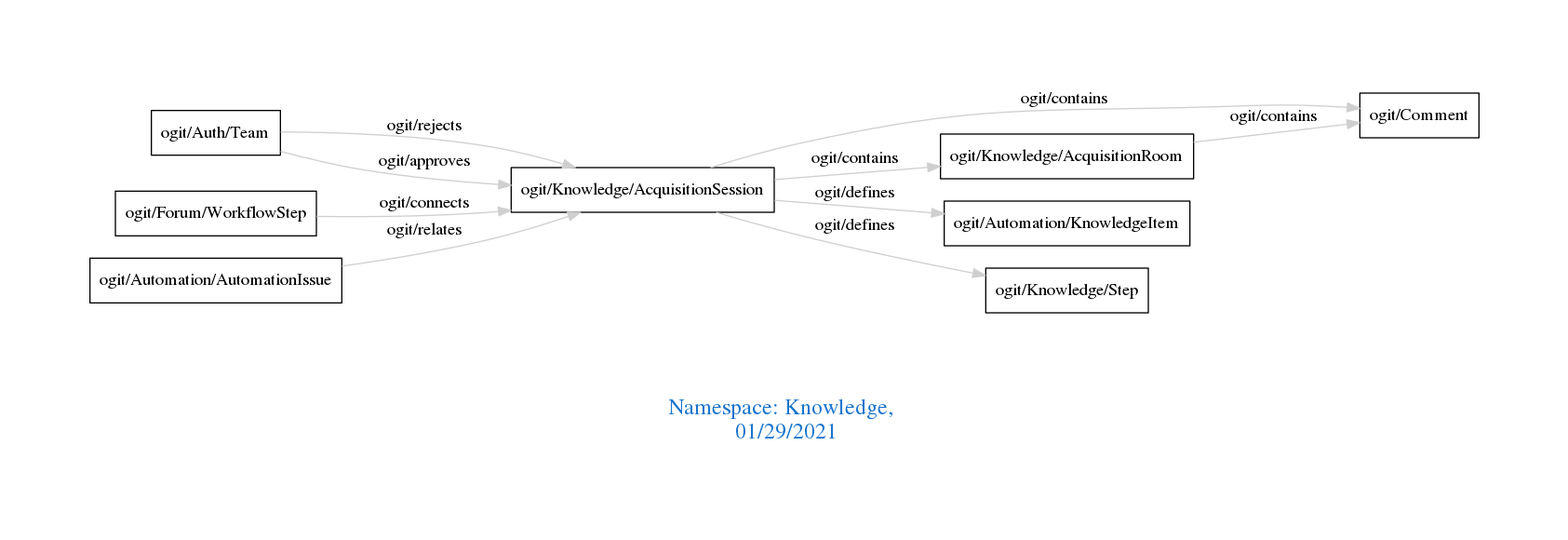
This is downloads/Knowledge.png from arago/OGIT, a Graphviz export, as it was before one commit. Its source is kept beside it as downloads/Knowledge.dot.
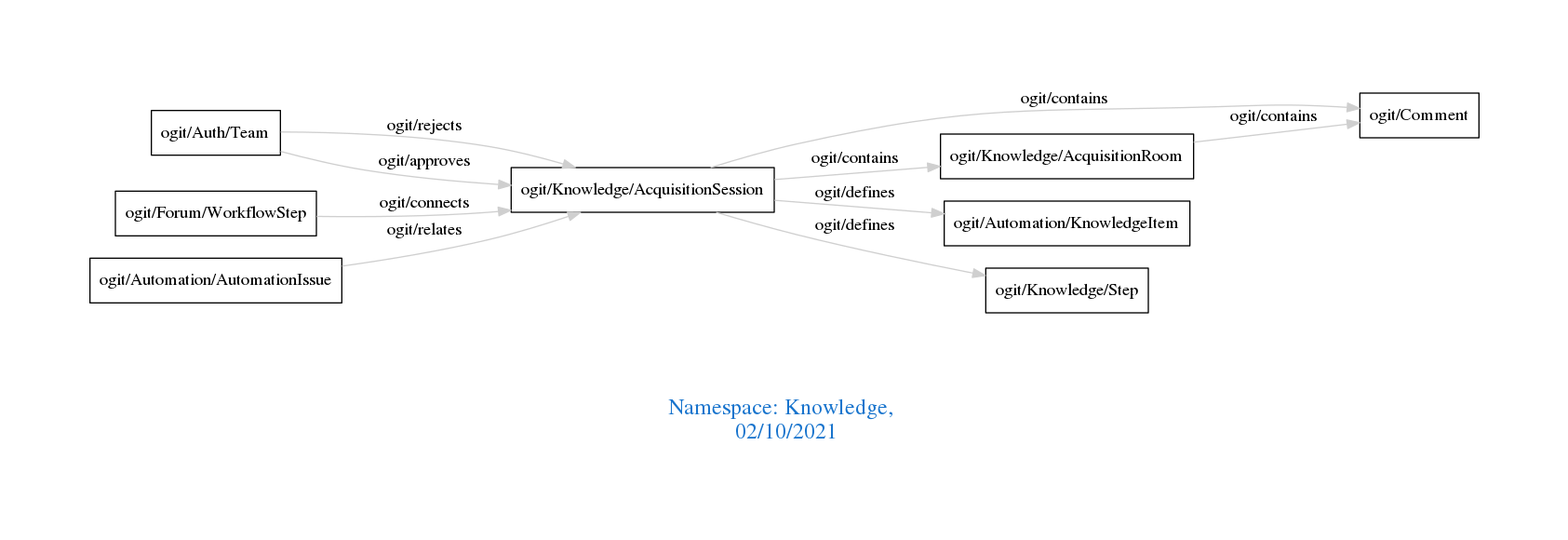
Later version of the same file.

What changed in the source:
```diff
@@ -1,7 +1,7 @@
 digraph OGIT_ontology {
  graph [ rankdir= LR,pad=1
 fontsize = 18,
-fontcolor= dodgerblue3,label = "\n\n\nNamespace: Knowledge, \n 01/29/2021"];
+fontcolor= dodgerblue3,label = "\n\n\nNamespace: Knowledge, \n 02/10/2021"];
 node[shape=polygon];
 edge [  color="gray81"];
 
```
